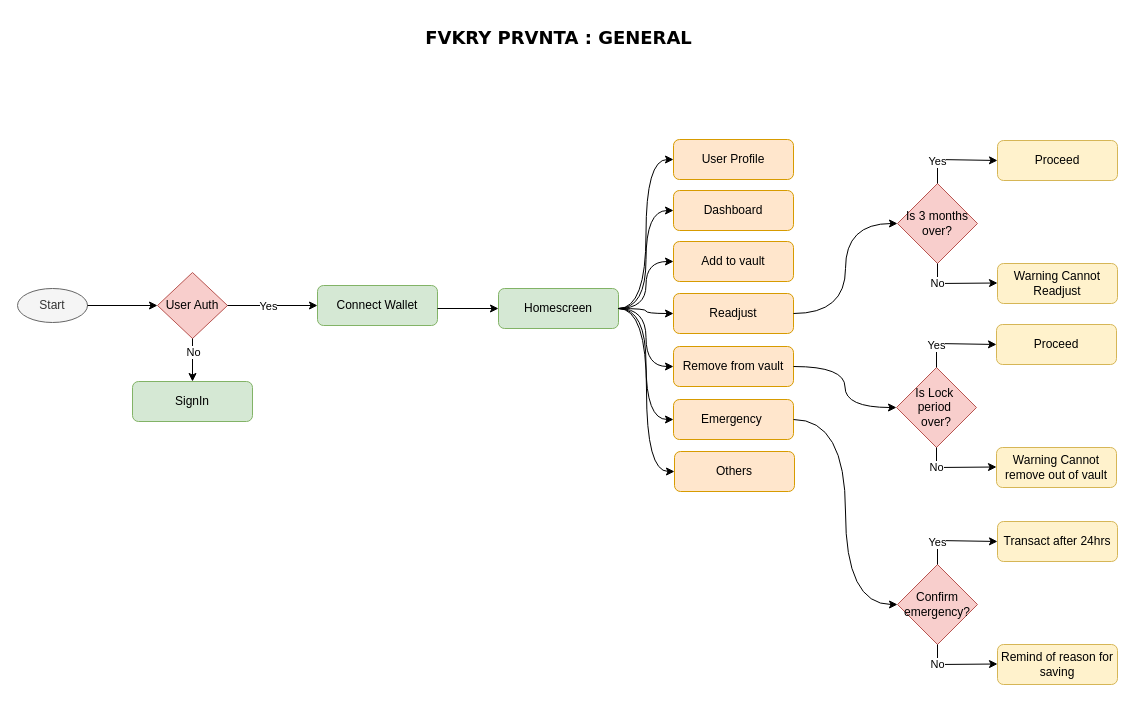
The draw.io diagram diagrams/general.drawio in calebomondi/fvkry-prvnta, before the edit. Source tidied: cells renumbered, new cells numbered last; positions are measured from the earlier drawing's top-left corner, leaving out a move shared by most shapes. Both pictures are drawn from the tidied source at 100%, with x=0, y=0 at pixel (17, 17).
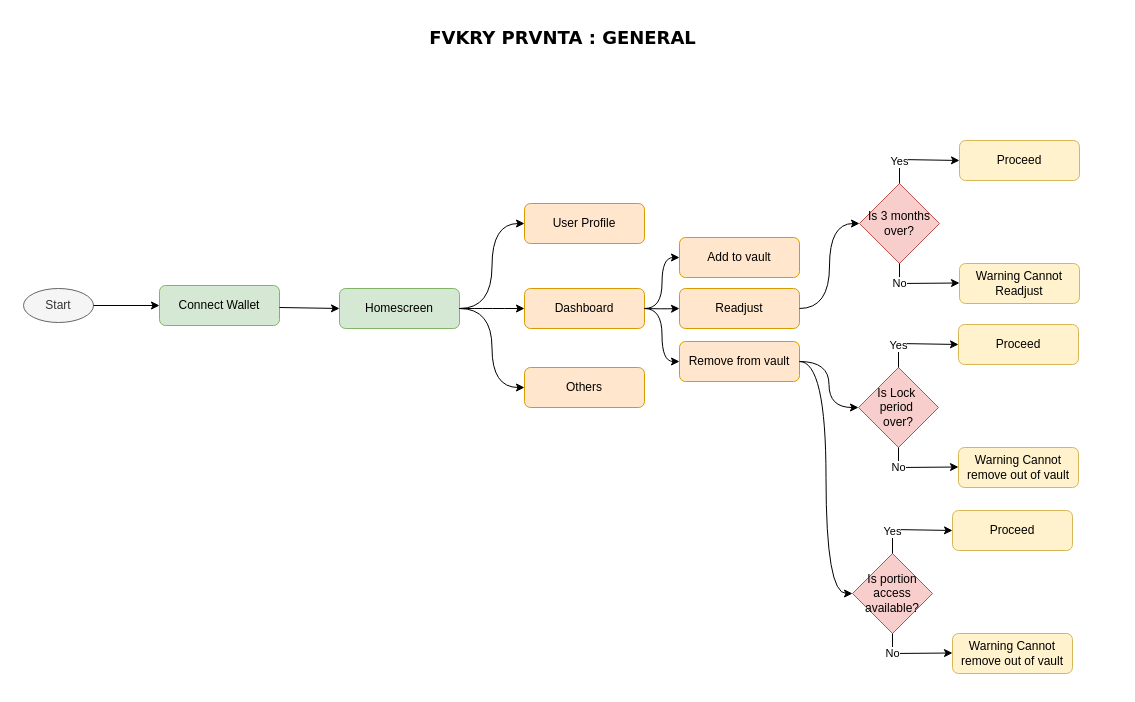
The same page after the edit.

Commit message (it also covers changes not shown here):
removed the login and register user flow diagrams, modified the general flow to exclude 3rd party auth

What changed in the source:
```diff
@@
     <mxCell id="2" value="Start" style="ellipse;whiteSpace=wrap;html=1;fillColor=#f5f5f5;fontColor=#333333;strokeColor=#666666;" parent="1" vertex="1">
-      <mxGeometry y="271" width="70" height="34" as="geometry" />
+      <mxGeometry x="6" y="271" width="70" height="34" as="geometry" />
     </mxCell>
-    <mxCell id="3" value="User Auth" style="rhombus;whiteSpace=wrap;html=1;fillColor=#f8cecc;strokeColor=#b85450;" parent="1" vertex="1">
-      <mxGeometry x="140" y="255" width="70" height="66" as="geometry" />
-    </mxCell>
-    <mxCell id="4" style="endArrow=classic;html=1;rounded=0;exitX=1;exitY=0.5;exitDx=0;exitDy=0;entryX=0;entryY=0.5;entryDx=0;entryDy=0;" parent="1" edge="1" source="2" target="3">
+    <mxCell id="4" style="endArrow=classic;html=1;rounded=0;exitX=1;exitY=0.5;exitDx=0;exitDy=0;entryX=0;entryY=0.5;entryDx=0;entryDy=0;" parent="1" edge="1" source="2" target="10">
       <mxGeometry relative="1" as="geometry" />
     </mxCell>
-    <mxCell id="5" value="SignIn" style="rounded=1;whiteSpace=wrap;html=1;fillColor=#d5e8d4;strokeColor=#82b366;" parent="1" vertex="1">
-      <mxGeometry x="115" y="364" width="120" height="40" as="geometry" />
-    </mxCell>
-    <mxCell id="6" style="endArrow=classic;html=1;rounded=0;exitX=0.5;exitY=1;exitDx=0;exitDy=0;entryX=0.5;entryY=0;entryDx=0;entryDy=0;" parent="1" edge="1" source="3" target="5">
-      <mxGeometry relative="1" as="geometry" />
-    </mxCell>
-    <mxCell id="7" value="No" style="edgeLabel;html=1;align=center;verticalAlign=middle;" parent="6" vertex="1">
-      <mxGeometry relative="1" as="geometry">
-        <mxPoint y="-9" as="offset" />
-      </mxGeometry>
-    </mxCell>
-    <mxCell id="8" style="endArrow=classic;html=1;rounded=0;exitX=1;exitY=0.5;exitDx=0;exitDy=0;entryX=0;entryY=0.5;entryDx=0;entryDy=0;" parent="1" edge="1" source="3" target="10">
-      <mxGeometry relative="1" as="geometry" />
-    </mxCell>
-    <mxCell id="9" value="Yes" style="edgeLabel;html=1;align=center;verticalAlign=middle;" parent="8" vertex="1">
-      <mxGeometry relative="1" as="geometry">
-        <mxPoint x="-5" as="offset" />
-      </mxGeometry>
-    </mxCell>
     <mxCell id="10" value="Connect Wallet" style="rounded=1;whiteSpace=wrap;html=1;fillColor=#d5e8d4;strokeColor=#82b366;" parent="1" vertex="1">
-      <mxGeometry x="300" y="268" width="120" height="40" as="geometry" />
+      <mxGeometry x="142" y="268" width="120" height="40" as="geometry" />
     </mxCell>
-    <mxCell id="11" style="endArrow=classic;html=1;rounded=0;exitX=1;exitY=0.5;exitDx=0;exitDy=0;entryX=0;entryY=0.5;entryDx=0;entryDy=0;" parent="1" edge="1" target="12">
+    <mxCell id="11" style="endArrow=classic;html=1;rounded=0;entryX=0;entryY=0.5;entryDx=0;entryDy=0;" parent="1" edge="1" target="12">
       <mxGeometry relative="1" as="geometry">
-        <mxPoint x="420" y="291" as="sourcePoint" />
+        <mxPoint x="262" y="290" as="sourcePoint" />
       </mxGeometry>
     </mxCell>
     <mxCell id="12" value="Homescreen" style="rounded=1;whiteSpace=wrap;html=1;fillColor=#d5e8d4;strokeColor=#82b366;" parent="1" vertex="1">
-      <mxGeometry x="481" y="271" width="120" height="40" as="geometry" />
+      <mxGeometry x="322" y="271" width="120" height="40" as="geometry" />
     </mxCell>
     <mxCell id="13" value="User Profile" style="rounded=1;whiteSpace=wrap;html=1;fillColor=#ffe6cc;strokeColor=#d79b00;" parent="1" vertex="1">
-      <mxGeometry x="656" y="122" width="120" height="40" as="geometry" />
+      <mxGeometry x="507" y="186" width="120" height="40" as="geometry" />
     </mxCell>
     <mxCell id="14" value="Dashboard" style="rounded=1;whiteSpace=wrap;html=1;fillColor=#ffe6cc;strokeColor=#d79b00;" parent="1" vertex="1">
-      <mxGeometry x="656" y="173" width="120" height="40" as="geometry" />
+      <mxGeometry x="507" y="271" width="120" height="40" as="geometry" />
     </mxCell>
     <mxCell id="15" value="Add to vault" style="rounded=1;whiteSpace=wrap;html=1;fillColor=#ffe6cc;strokeColor=#d79b00;" parent="1" vertex="1">
-      <mxGeometry x="656" y="224" width="120" height="40" as="geometry" />
+      <mxGeometry x="662" y="220" width="120" height="40" as="geometry" />
     </mxCell>
     <mxCell id="16" value="Readjust" style="rounded=1;whiteSpace=wrap;html=1;fillColor=#ffe6cc;strokeColor=#d79b00;" parent="1" vertex="1">
-      <mxGeometry x="656" y="276" width="120" height="40" as="geometry" />
+      <mxGeometry x="662" y="271" width="120" height="40" as="geometry" />
     </mxCell>
     <mxCell id="17" value="Remove from vault" style="rounded=1;whiteSpace=wrap;html=1;fillColor=#ffe6cc;strokeColor=#d79b00;" parent="1" vertex="1">
-      <mxGeometry x="656" y="329" width="120" height="40" as="geometry" />
+      <mxGeometry x="662" y="324" width="120" height="40" as="geometry" />
     </mxCell>
-    <mxCell id="18" value="Emergency&amp;nbsp;" style="rounded=1;whiteSpace=wrap;html=1;fillColor=#ffe6cc;strokeColor=#d79b00;" parent="1" vertex="1">
-      <mxGeometry x="656" y="382" width="120" height="40" as="geometry" />
-    </mxCell>
     <mxCell id="19" value="Others" style="rounded=1;whiteSpace=wrap;html=1;fillColor=#ffe6cc;strokeColor=#d79b00;" parent="1" vertex="1">
-      <mxGeometry x="657" y="434" width="120" height="40" as="geometry" />
+      <mxGeometry x="507" y="350" width="120" height="40" as="geometry" />
     </mxCell>
@@
-    <mxCell id="22" style="endArrow=classic;html=1;rounded=0;entryX=0;entryY=0.5;entryDx=0;entryDy=0;exitX=1;exitY=0.5;exitDx=0;exitDy=0;edgeStyle=orthogonalEdgeStyle;curved=1;" parent="1" edge="1" source="12" target="15">
+    <mxCell id="22" style="endArrow=classic;html=1;rounded=0;entryX=0;entryY=0.5;entryDx=0;entryDy=0;exitX=1;exitY=0.5;exitDx=0;exitDy=0;edgeStyle=orthogonalEdgeStyle;curved=1;" parent="1" edge="1" source="14" target="15">
       <mxGeometry relative="1" as="geometry" />
     </mxCell>
-    <mxCell id="23" style="endArrow=classic;html=1;rounded=0;entryX=0;entryY=0.5;entryDx=0;entryDy=0;exitX=1;exitY=0.5;exitDx=0;exitDy=0;edgeStyle=orthogonalEdgeStyle;curved=1;" parent="1" edge="1" source="12" target="16">
-      <mxGeometry relative="1" as="geometry" />
+    <mxCell id="23" style="endArrow=classic;html=1;rounded=0;entryX=0;entryY=0.5;entryDx=0;entryDy=0;edgeStyle=orthogonalEdgeStyle;curved=1;" parent="1" edge="1" target="16">
+      <mxGeometry relative="1" as="geometry">
+        <mxPoint x="627" y="291" as="sourcePoint" />
+      </mxGeometry>
     </mxCell>
@@
-    <mxCell id="25" style="endArrow=classic;html=1;rounded=0;entryX=0;entryY=0.5;entryDx=0;entryDy=0;exitX=1;exitY=0.5;exitDx=0;exitDy=0;edgeStyle=orthogonalEdgeStyle;curved=1;" parent="1" edge="1" source="12" target="18">
-      <mxGeometry relative="1" as="geometry" />
-    </mxCell>
-    <mxCell id="26" style="endArrow=classic;html=1;rounded=0;entryX=0;entryY=0.5;entryDx=0;entryDy=0;exitX=1;exitY=0.5;exitDx=0;exitDy=0;edgeStyle=orthogonalEdgeStyle;curved=1;" parent="1" edge="1" source="12" target="17">
+    <mxCell id="26" style="endArrow=classic;html=1;rounded=0;entryX=0;entryY=0.5;entryDx=0;entryDy=0;exitX=1;exitY=0.5;exitDx=0;exitDy=0;edgeStyle=orthogonalEdgeStyle;curved=1;" parent="1" edge="1" source="14" target="17">
       <mxGeometry relative="1" as="geometry" />
     </mxCell>
     <mxCell id="27" value="Is 3 months over&lt;span style=&quot;background-color: initial;&quot;&gt;?&lt;/span&gt;" style="rhombus;whiteSpace=wrap;html=1;fillColor=#f8cecc;strokeColor=#b85450;" parent="1" vertex="1">
-      <mxGeometry x="880" y="166" width="80" height="80" as="geometry" />
+      <mxGeometry x="842" y="166" width="80" height="80" as="geometry" />
     </mxCell>
@@
     <mxCell id="29" value="Proceed" style="rounded=1;whiteSpace=wrap;html=1;fillColor=#fff2cc;strokeColor=#d6b656;" parent="1" vertex="1">
-      <mxGeometry x="980" y="123" width="120" height="40" as="geometry" />
+      <mxGeometry x="942" y="123" width="120" height="40" as="geometry" />
     </mxCell>
     <mxCell id="30" value="Warning Cannot Readjust" style="rounded=1;whiteSpace=wrap;html=1;fillColor=#fff2cc;strokeColor=#d6b656;" parent="1" vertex="1">
-      <mxGeometry x="980" y="246" width="120" height="40" as="geometry" />
+      <mxGeometry x="942" y="246" width="120" height="40" as="geometry" />
     </mxCell>
     <mxCell id="31" style="endArrow=classic;html=1;rounded=0;exitX=0.5;exitY=0;exitDx=0;exitDy=0;entryX=0;entryY=0.5;entryDx=0;entryDy=0;" parent="1" edge="1" source="27" target="29">
       <mxGeometry relative="1" as="geometry">
         <Array as="points">
-          <mxPoint x="920" y="142" />
+          <mxPoint x="882" y="142" />
         </Array>
       </mxGeometry>
     </mxCell>
@@
     <mxCell id="33" style="endArrow=classic;html=1;rounded=0;exitX=0.5;exitY=1;exitDx=0;exitDy=0;entryX=0;entryY=0.5;entryDx=0;entryDy=0;" parent="1" edge="1" source="27">
       <mxGeometry relative="1" as="geometry">
-        <mxPoint x="980" y="265.5" as="targetPoint" />
+        <mxPoint x="942" y="265.5" as="targetPoint" />
         <Array as="points">
-          <mxPoint x="920" y="266" />
+          <mxPoint x="882" y="266" />
         </Array>
       </mxGeometry>
     </mxCell>
@@
     <mxCell id="35" value="Is Lock&amp;nbsp;&lt;div&gt;period&amp;nbsp;&lt;/div&gt;&lt;div&gt;over?&lt;/div&gt;" style="rhombus;whiteSpace=wrap;html=1;fillColor=#f8cecc;strokeColor=#b85450;" parent="1" vertex="1">
-      <mxGeometry x="879" y="350" width="80" height="80" as="geometry" />
+      <mxGeometry x="841" y="350" width="80" height="80" as="geometry" />
     </mxCell>
     <mxCell id="36" value="Proceed" style="rounded=1;whiteSpace=wrap;html=1;fillColor=#fff2cc;strokeColor=#d6b656;" parent="1" vertex="1">
-      <mxGeometry x="979" y="307" width="120" height="40" as="geometry" />
+      <mxGeometry x="941" y="307" width="120" height="40" as="geometry" />
     </mxCell>
     <mxCell id="37" value="Warning Cannot remove out of vault" style="rounded=1;whiteSpace=wrap;html=1;fillColor=#fff2cc;strokeColor=#d6b656;" parent="1" vertex="1">
-      <mxGeometry x="979" y="430" width="120" height="40" as="geometry" />
+      <mxGeometry x="941" y="430" width="120" height="40" as="geometry" />
     </mxCell>
     <mxCell id="38" style="endArrow=classic;html=1;rounded=0;exitX=0.5;exitY=0;exitDx=0;exitDy=0;entryX=0;entryY=0.5;entryDx=0;entryDy=0;" parent="1" edge="1" source="35" target="36">
       <mxGeometry relative="1" as="geometry">
         <Array as="points">
-          <mxPoint x="919" y="326" />
+          <mxPoint x="881" y="326" />
         </Array>
       </mxGeometry>
     </mxCell>
@@
     <mxCell id="40" style="endArrow=classic;html=1;rounded=0;exitX=0.5;exitY=1;exitDx=0;exitDy=0;entryX=0;entryY=0.5;entryDx=0;entryDy=0;" parent="1" edge="1" source="35">
       <mxGeometry relative="1" as="geometry">
-        <mxPoint x="979" y="449.5" as="targetPoint" />
+        <mxPoint x="941" y="449.5" as="targetPoint" />
         <Array as="points">
-          <mxPoint x="919" y="450" />
+          <mxPoint x="881" y="450" />
         </Array>
       </mxGeometry>
     </mxCell>
@@
-    <mxCell id="43" value="Confirm emergency?" style="rhombus;whiteSpace=wrap;html=1;fillColor=#f8cecc;strokeColor=#b85450;" parent="1" vertex="1">
-      <mxGeometry x="880" y="547" width="80" height="80" as="geometry" />
-    </mxCell>
-    <mxCell id="44" value="Transact after 24hrs" style="rounded=1;whiteSpace=wrap;html=1;fillColor=#fff2cc;strokeColor=#d6b656;" parent="1" vertex="1">
-      <mxGeometry x="980" y="504" width="120" height="40" as="geometry" />
-    </mxCell>
-    <mxCell id="45" value="Remind of reason for saving" style="rounded=1;whiteSpace=wrap;html=1;fillColor=#fff2cc;strokeColor=#d6b656;" parent="1" vertex="1">
-      <mxGeometry x="980" y="627" width="120" height="40" as="geometry" />
-    </mxCell>
-    <mxCell id="46" style="endArrow=classic;html=1;rounded=0;exitX=0.5;exitY=0;exitDx=0;exitDy=0;entryX=0;entryY=0.5;entryDx=0;entryDy=0;" parent="1" edge="1" source="43" target="44">
-      <mxGeometry relative="1" as="geometry">
-        <Array as="points">
-          <mxPoint x="920" y="523" />
-        </Array>
-      </mxGeometry>
-    </mxCell>
-    <mxCell id="47" value="Yes" style="edgeLabel;html=1;align=center;verticalAlign=middle;" parent="46" vertex="1">
-      <mxGeometry relative="1" as="geometry">
-        <mxPoint x="-18" y="1" as="offset" />
-      </mxGeometry>
-    </mxCell>
-    <mxCell id="48" style="endArrow=classic;html=1;rounded=0;exitX=0.5;exitY=1;exitDx=0;exitDy=0;entryX=0;entryY=0.5;entryDx=0;entryDy=0;" parent="1" edge="1" source="43">
-      <mxGeometry relative="1" as="geometry">
-        <mxPoint x="980" y="646.5" as="targetPoint" />
-        <Array as="points">
-          <mxPoint x="920" y="647" />
-        </Array>
-      </mxGeometry>
-    </mxCell>
-    <mxCell id="49" value="No" style="edgeLabel;html=1;align=center;verticalAlign=middle;" parent="48" vertex="1">
-      <mxGeometry relative="1" as="geometry">
-        <mxPoint x="-20" as="offset" />
-      </mxGeometry>
-    </mxCell>
-    <mxCell id="50" style="endArrow=classic;html=1;rounded=0;entryX=0;entryY=0.5;entryDx=0;entryDy=0;entryPerimeter=0;exitX=1;exitY=0.5;exitDx=0;exitDy=0;edgeStyle=orthogonalEdgeStyle;curved=1;" parent="1" edge="1" source="18" target="43">
-      <mxGeometry relative="1" as="geometry" />
-    </mxCell>
     <mxCell id="51" value="&lt;b&gt;&lt;font style=&quot;font-size: 18px;&quot; face=&quot;Verdana&quot;&gt;FVKRY PRVNTA : GENERAL&lt;/font&gt;&lt;/b&gt;" style="text;html=1;align=center;verticalAlign=middle;strokeColor=none;fillColor=none;" parent="1" vertex="1">
-      <mxGeometry x="396" width="290" height="40" as="geometry" />
+      <mxGeometry x="400" width="290" height="40" as="geometry" />
     </mxCell>
+    <mxCell id="52" value="Is portion access available&lt;span style=&quot;background-color: transparent; color: light-dark(rgb(0, 0, 0), rgb(255, 255, 255));&quot;&gt;?&lt;/span&gt;" style="rhombus;whiteSpace=wrap;html=1;fillColor=#f8cecc;strokeColor=#b85450;" parent="1" vertex="1">
+      <mxGeometry x="835" y="536" width="80" height="80" as="geometry" />
+    </mxCell>
+    <mxCell id="53" value="Proceed" style="rounded=1;whiteSpace=wrap;html=1;fillColor=#fff2cc;strokeColor=#d6b656;" parent="1" vertex="1">
+      <mxGeometry x="935" y="493" width="120" height="40" as="geometry" />
+    </mxCell>
+    <mxCell id="54" value="Warning Cannot remove out of vault" style="rounded=1;whiteSpace=wrap;html=1;fillColor=#fff2cc;strokeColor=#d6b656;" parent="1" vertex="1">
+      <mxGeometry x="935" y="616" width="120" height="40" as="geometry" />
+    </mxCell>
+    <mxCell id="55" style="endArrow=classic;html=1;rounded=0;exitX=0.5;exitY=0;exitDx=0;exitDy=0;entryX=0;entryY=0.5;entryDx=0;entryDy=0;" parent="1" edge="1" source="52" target="53">
+      <mxGeometry relative="1" as="geometry">
+        <Array as="points">
+          <mxPoint x="875" y="512" />
+        </Array>
+      </mxGeometry>
+    </mxCell>
+    <mxCell id="56" value="Yes" style="edgeLabel;html=1;align=center;verticalAlign=middle;" parent="55" vertex="1">
+      <mxGeometry relative="1" as="geometry">
+        <mxPoint x="-18" y="1" as="offset" />
+      </mxGeometry>
+    </mxCell>
+    <mxCell id="57" style="endArrow=classic;html=1;rounded=0;exitX=0.5;exitY=1;exitDx=0;exitDy=0;entryX=0;entryY=0.5;entryDx=0;entryDy=0;" parent="1" edge="1" source="52">
+      <mxGeometry relative="1" as="geometry">
+        <mxPoint x="935" y="635.5" as="targetPoint" />
+        <Array as="points">
+          <mxPoint x="875" y="636" />
+        </Array>
+      </mxGeometry>
+    </mxCell>
+    <mxCell id="58" value="No" style="edgeLabel;html=1;align=center;verticalAlign=middle;" parent="57" vertex="1">
+      <mxGeometry relative="1" as="geometry">
+        <mxPoint x="-20" as="offset" />
+      </mxGeometry>
+    </mxCell>
+    <mxCell id="59" style="endArrow=classic;html=1;rounded=0;exitX=1;exitY=0.5;exitDx=0;exitDy=0;entryX=0;entryY=0.5;entryDx=0;entryDy=0;edgeStyle=orthogonalEdgeStyle;curved=1;" parent="1" edge="1" source="17" target="52">
+      <mxGeometry relative="1" as="geometry" />
+    </mxCell>
```
